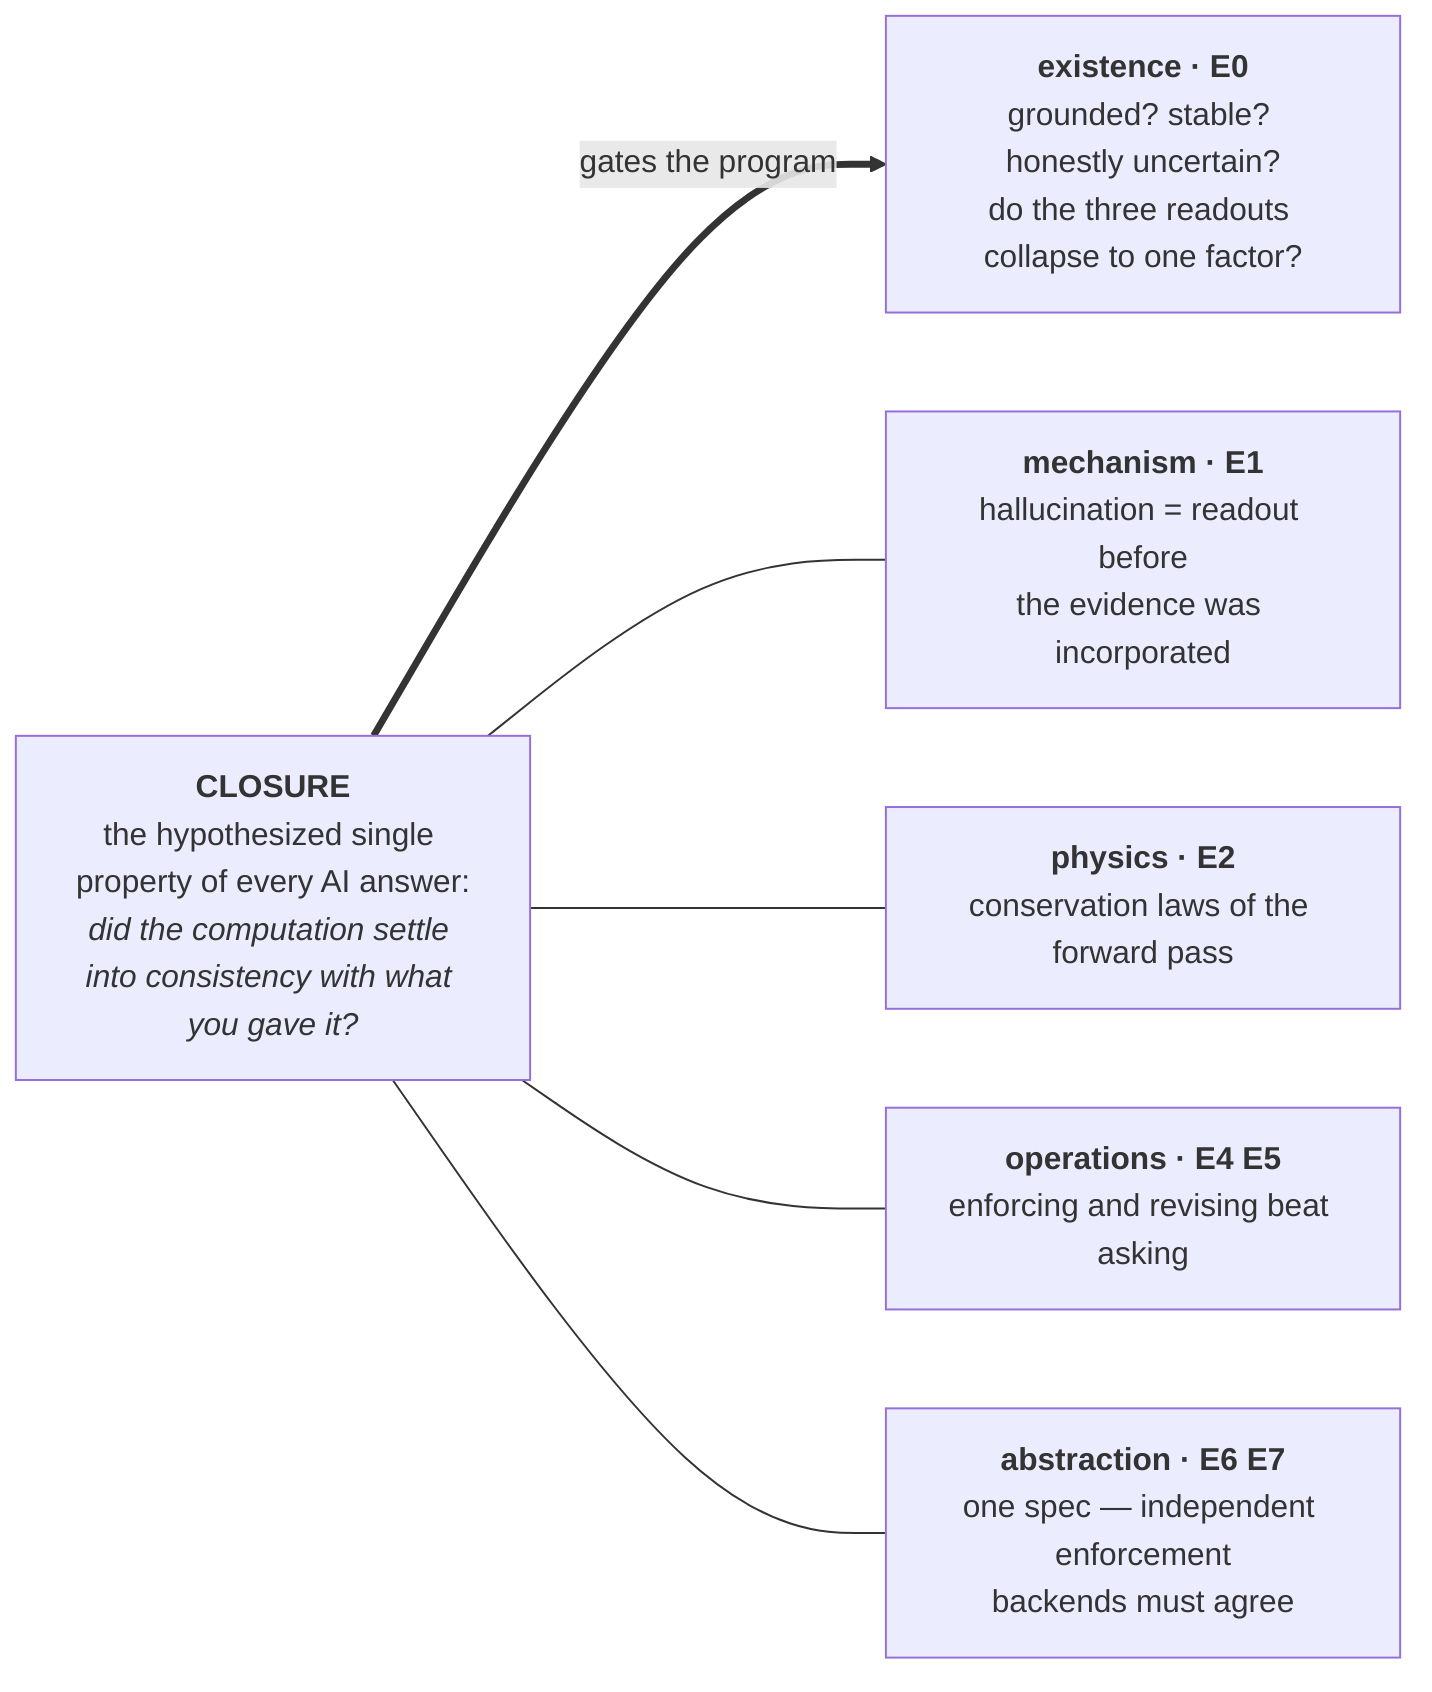
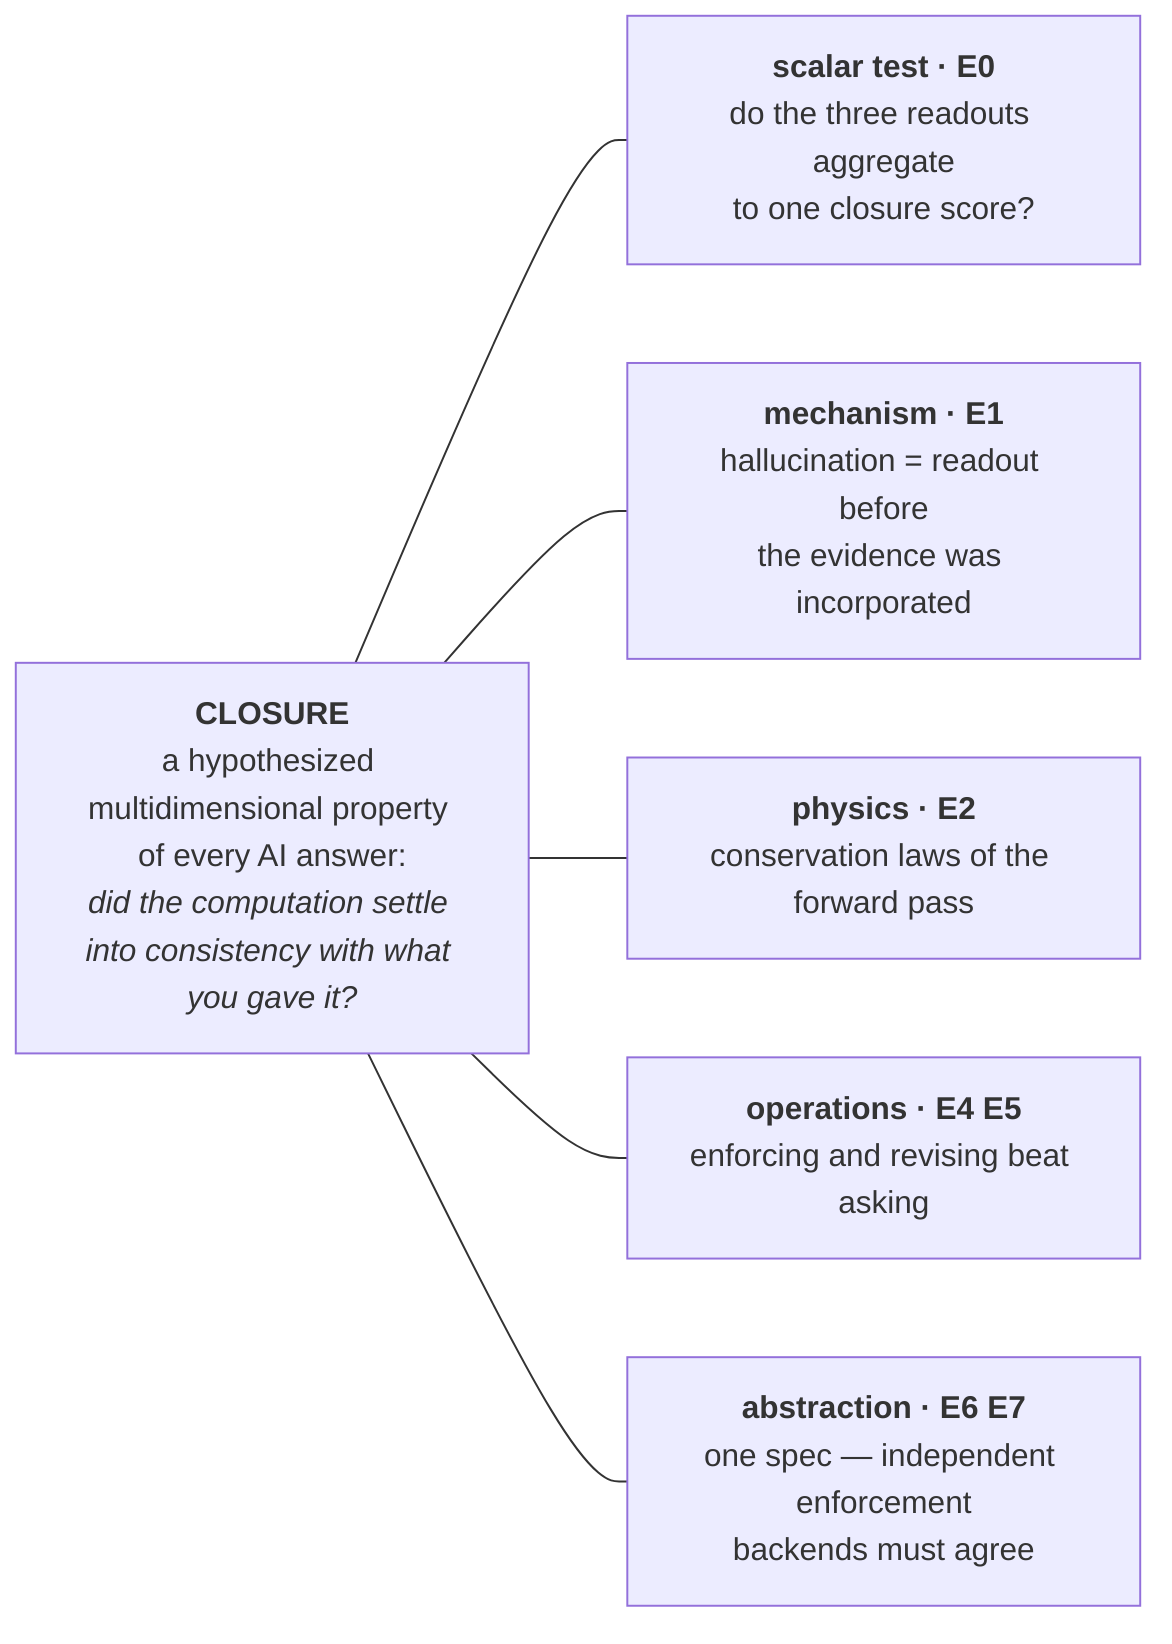
flowchart LR
-     C["<b>CLOSURE</b><br>the hypothesized single property of every AI answer:<br><i>did the computation settle into consistency with what you gave it?</i>"]
-     E["<b>existence · E0</b><br>grounded? stable? honestly uncertain?<br>do the three readouts collapse to one factor?"]
+     C["<b>CLOSURE</b><br>a hypothesized multidimensional property of every AI answer:<br><i>did the computation settle into consistency with what you gave it?</i>"]
+     E["<b>scalar test · E0</b><br>do the three readouts aggregate<br>to one closure score?"]
    M["<b>mechanism · E1</b><br>hallucination = readout before<br>the evidence was incorporated"]
    P["<b>physics · E2</b><br>conservation laws of the forward pass"]
    O["<b>operations · E4 E5</b><br>enforcing and revising beat asking"]
    A["<b>abstraction · E6 E7</b><br>one spec — independent enforcement<br>backends must agree"]
-     C ==>|gates the program| E
+     C --- E
    C --- M
    C --- P
    C --- O
    C --- A
+     %% Each branch is falsifiable on its own and retired only within the property it
+     %% measures. E0 tests scalar aggregation; it does not gate the other branches.
